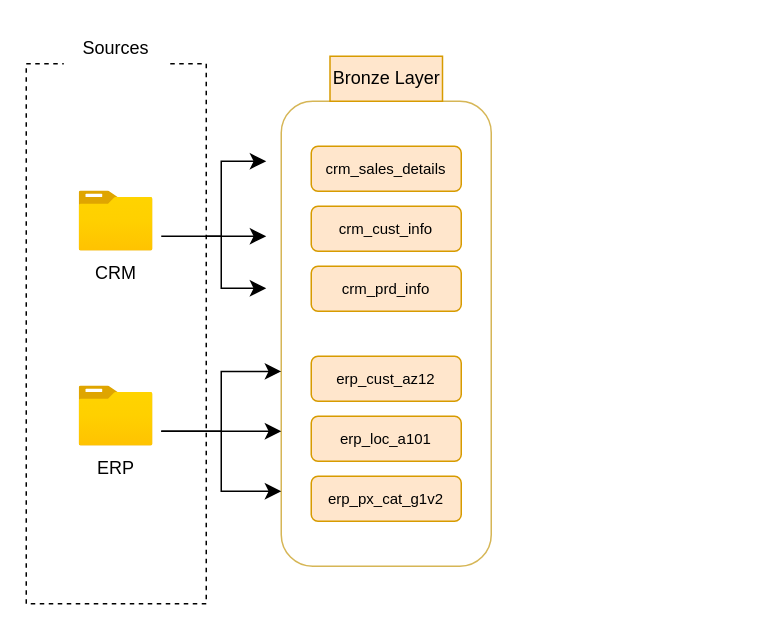
The draw.io diagram diagram/data_flow.drawio in noahq24/sql-data-warehouse-project, before the edit. Source tidied: cells renumbered, new cells numbered last; positions are measured from the earlier drawing's top-left corner, leaving out a move shared by most shapes. Both pictures are drawn from the tidied source at 150%, with x=0, y=0 at pixel (26, 26).
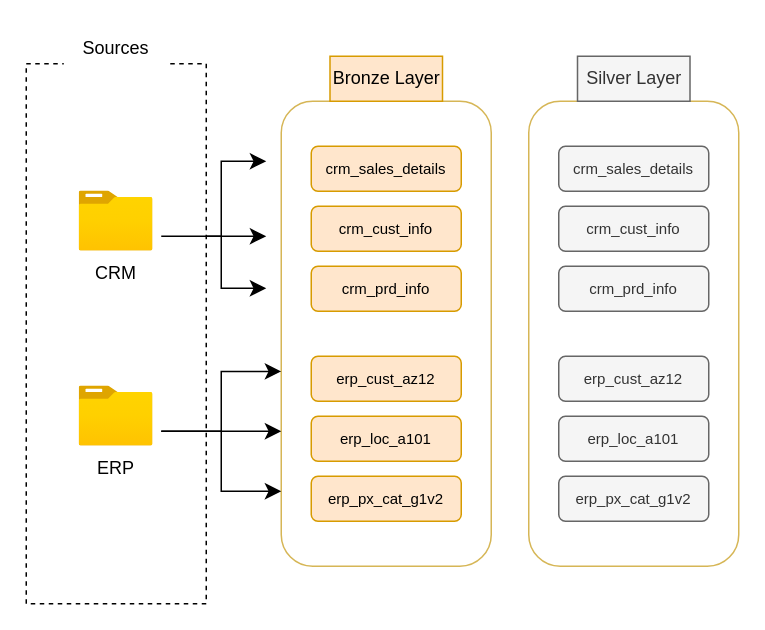
After the change.

What changed in the source:
```diff
@@
+    <mxCell id="22" style="rounded=1;whiteSpace=wrap;html=1;fillColor=none;strokeColor=#d6b656;" parent="1" vertex="1">
+      <mxGeometry x="335" y="50" width="140" height="310" as="geometry" />
+    </mxCell>
+    <mxCell id="23" value="Silver Layer" style="rounded=0;whiteSpace=wrap;html=1;strokeColor=#666666;fillColor=#f5f5f5;fontColor=#333333;" parent="1" vertex="1">
+      <mxGeometry x="367.5" y="20" width="75" height="30" as="geometry" />
+    </mxCell>
+    <mxCell id="24" value="crm_sales_details" style="rounded=1;whiteSpace=wrap;html=1;fillColor=#f5f5f5;strokeColor=#666666;fontSize=10;fontColor=#333333;" parent="1" vertex="1">
+      <mxGeometry x="355" y="80" width="100" height="30" as="geometry" />
+    </mxCell>
+    <mxCell id="25" value="crm_cust_info" style="rounded=1;whiteSpace=wrap;html=1;fillColor=#f5f5f5;strokeColor=#666666;fontSize=10;fontColor=#333333;" parent="1" vertex="1">
+      <mxGeometry x="355" y="120" width="100" height="30" as="geometry" />
+    </mxCell>
+    <mxCell id="26" value="crm_prd_info" style="rounded=1;whiteSpace=wrap;html=1;fillColor=#f5f5f5;strokeColor=#666666;fontSize=10;fontColor=#333333;" parent="1" vertex="1">
+      <mxGeometry x="355" y="160" width="100" height="30" as="geometry" />
+    </mxCell>
+    <mxCell id="27" value="erp_cust_az12" style="rounded=1;whiteSpace=wrap;html=1;fillColor=#f5f5f5;strokeColor=#666666;fontSize=10;fontColor=#333333;" parent="1" vertex="1">
+      <mxGeometry x="355" y="220" width="100" height="30" as="geometry" />
+    </mxCell>
+    <mxCell id="28" value="erp_loc_a101" style="rounded=1;whiteSpace=wrap;html=1;fillColor=#f5f5f5;strokeColor=#666666;fontSize=10;fontColor=#333333;" parent="1" vertex="1">
+      <mxGeometry x="355" y="260" width="100" height="30" as="geometry" />
+    </mxCell>
+    <mxCell id="29" value="erp_px_cat_g1v2" style="rounded=1;whiteSpace=wrap;html=1;fillColor=#f5f5f5;strokeColor=#666666;fontSize=10;fontColor=#333333;" parent="1" vertex="1">
+      <mxGeometry x="355" y="300" width="100" height="30" as="geometry" />
+    </mxCell>
```
